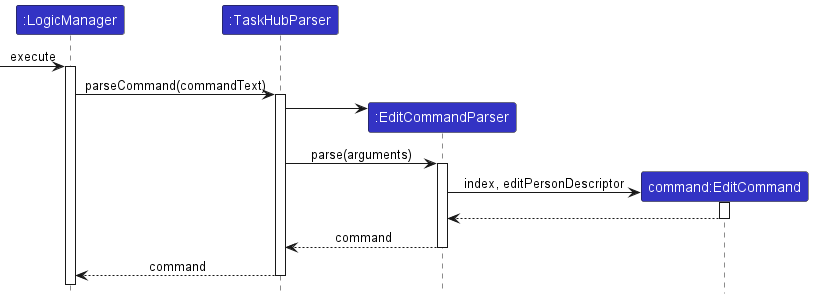
This is docs/images/tracing/LogicSequenceDiagram.png from rayyan35p/tp, a PlantUML export, as it was before one commit.
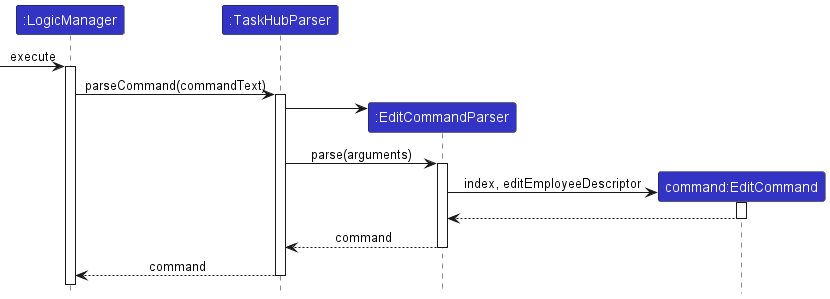
After the commit.

The edit, as a diff of the source:
```diff
@@ -14,7 +14,7 @@
 abp -> ecp
 abp -> ecp ++: parse(arguments)
 create ec
-ecp -> ec ++: index, editPersonDescriptor
+ecp -> ec ++: index, editEmployeeDescriptor
 ec --> ecp --
 ecp --> abp --: command
 abp --> logic --: command
```
